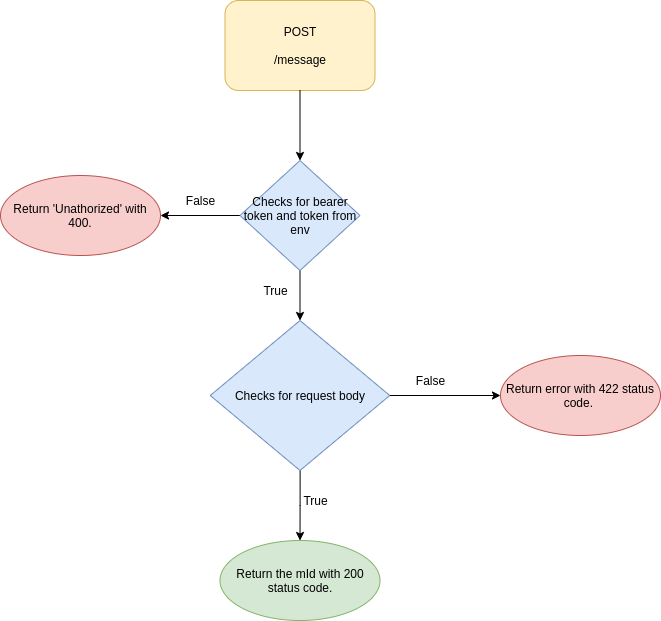
Above: docs/API_Flow.drawio.png in asyrafjamil/dummy-microservice (draw.io), before the change. Source tidied: cells renumbered, new cells last; positions are measured from the earlier drawing's top-left corner, leaving out a move shared by most shapes.
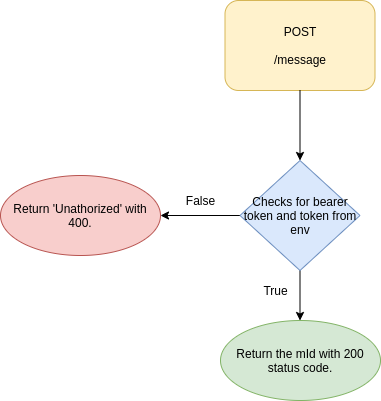
The same file after the commit.

Commit message:
Docs: Updated the diagram due to the new changes

Change to the diagram source:
```diff
@@ -29,27 +29,9 @@
     <mxCell id="8" value="Return 'Unathorized' with 400." style="ellipse;whiteSpace=wrap;html=1;fillColor=#f8cecc;strokeColor=#b85450;" parent="1" vertex="1">
       <mxGeometry y="175" width="160" height="80" as="geometry" />
     </mxCell>
-    <mxCell id="9" style="edgeStyle=orthogonalEdgeStyle;rounded=0;jettySize=auto;html=1;entryX=0;entryY=0.5;entryDx=0;entryDy=0;" parent="1" edge="1" source="11" target="12">
-      <mxGeometry relative="1" as="geometry" />
-    </mxCell>
-    <mxCell id="10" style="edgeStyle=orthogonalEdgeStyle;rounded=0;jettySize=auto;html=1;entryX=0.5;entryY=0;entryDx=0;entryDy=0;" parent="1" edge="1" source="11" target="13">
-      <mxGeometry relative="1" as="geometry" />
-    </mxCell>
-    <mxCell id="11" value="Checks for request body" style="rhombus;whiteSpace=wrap;html=1;fillColor=#dae8fc;strokeColor=#6c8ebf;" parent="1" vertex="1">
-      <mxGeometry x="209.8" y="320" width="179.5" height="150" as="geometry" />
-    </mxCell>
-    <mxCell id="12" value="Return error with 422 status code.&amp;nbsp;" style="ellipse;whiteSpace=wrap;html=1;fillColor=#f8cecc;strokeColor=#b85450;" parent="1" vertex="1">
-      <mxGeometry x="500" y="355" width="160" height="80" as="geometry" />
-    </mxCell>
     <mxCell id="13" value="Return the mId with 200 status code." style="ellipse;whiteSpace=wrap;html=1;fillColor=#d5e8d4;strokeColor=#82b366;" parent="1" vertex="1">
-      <mxGeometry x="219.5" y="540" width="160" height="80" as="geometry" />
+      <mxGeometry x="220" y="320" width="160" height="80" as="geometry" />
     </mxCell>
-    <mxCell id="14" value="True" style="text;html=1;align=center;verticalAlign=middle;strokeColor=none;" parent="1" vertex="1">
-      <mxGeometry x="295" y="490" width="40" height="20" as="geometry" />
-    </mxCell>
-    <mxCell id="15" value="False" style="text;html=1;align=center;verticalAlign=middle;strokeColor=none;" parent="1" vertex="1">
-      <mxGeometry x="410" y="370" width="40" height="20" as="geometry" />
-    </mxCell>
     <mxCell id="16" value="False" style="text;html=1;align=center;verticalAlign=middle;strokeColor=none;fillColor=none;" parent="1" vertex="1">
       <mxGeometry x="180" y="190" width="40" height="20" as="geometry" />
     </mxCell>
```
